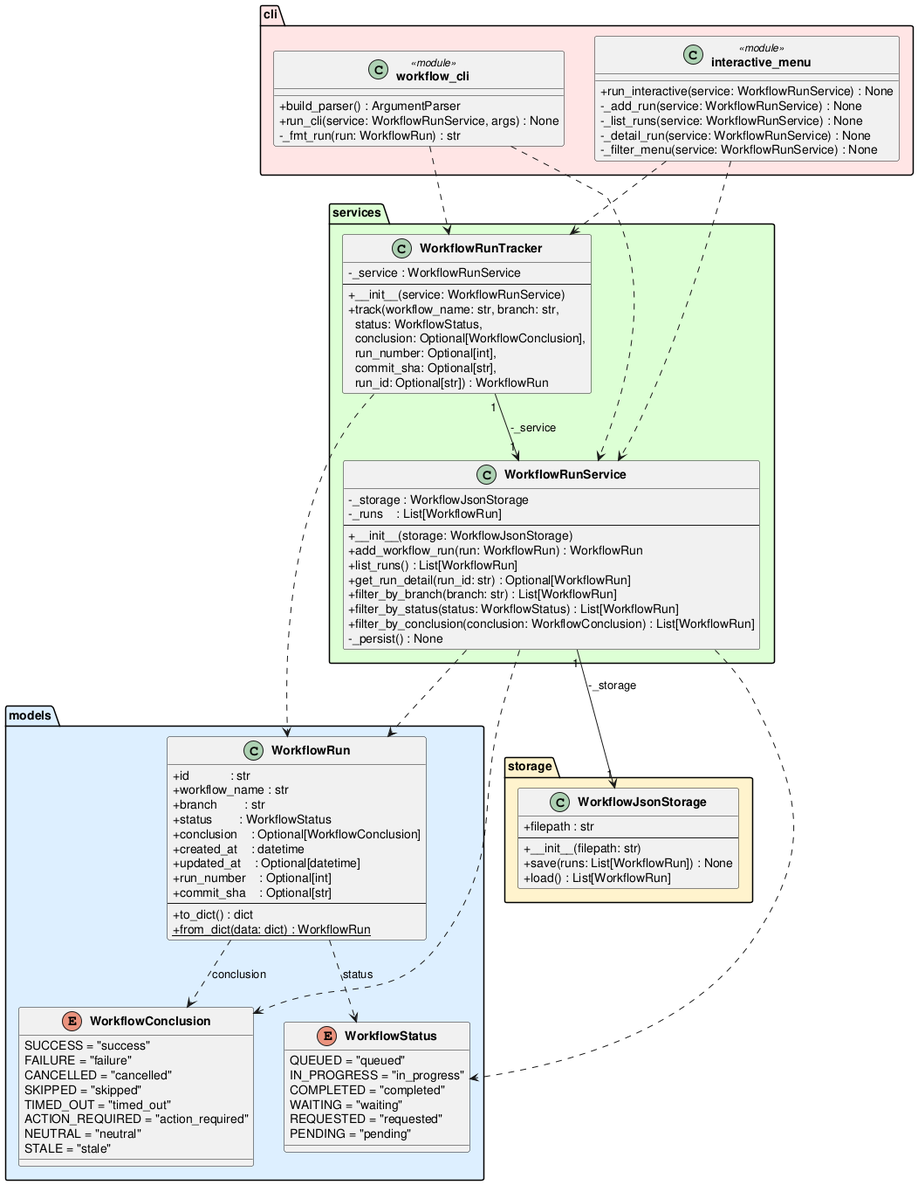
Above: experiments/broadcast/user_stories/github-workflow-manager/artifacts/class_diagram.png in DanielRiha8906/Software_autoevolution_using_agents (PlantUML), before the change.
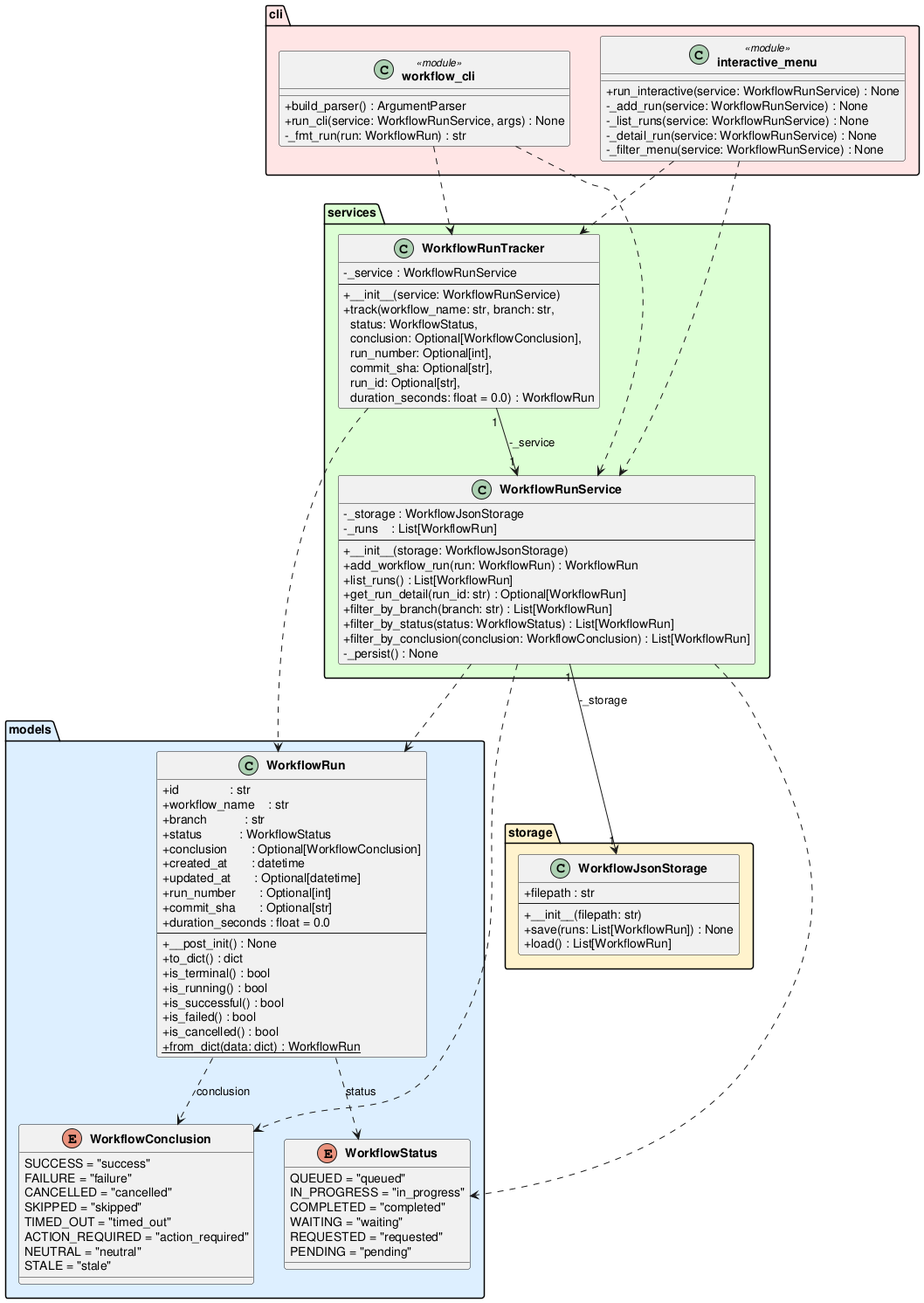
Later version of the same file.

Diff of the diagram source:
```diff
@@ -25,17 +25,24 @@
     }
 
     class WorkflowRun {
-        +id            : str
-        +workflow_name : str
-        +branch        : str
-        +status        : WorkflowStatus
-        +conclusion    : Optional[WorkflowConclusion]
-        +created_at    : datetime
-        +updated_at    : Optional[datetime]
-        +run_number    : Optional[int]
-        +commit_sha    : Optional[str]
+        +id               : str
+        +workflow_name    : str
+        +branch           : str
+        +status           : WorkflowStatus
+        +conclusion       : Optional[WorkflowConclusion]
+        +created_at       : datetime
+        +updated_at       : Optional[datetime]
+        +run_number       : Optional[int]
+        +commit_sha       : Optional[str]
+        +duration_seconds : float = 0.0
         --
+        +__post_init() : None
         +to_dict() : dict
+        +is_terminal() : bool
+        +is_running() : bool
+        +is_successful() : bool
+        +is_failed() : bool
+        +is_cancelled() : bool
         +{static} from_dict(data: dict) : WorkflowRun
     }
 }
@@ -69,7 +76,7 @@
         -_service : WorkflowRunService
         --
         +__init__(service: WorkflowRunService)
-        +track(workflow_name: str, branch: str,\n  status: WorkflowStatus,\n  conclusion: Optional[WorkflowConclusion],\n  run_number: Optional[int],\n  commit_sha: Optional[str],\n  run_id: Optional[str]) : WorkflowRun
+        +track(workflow_name: str, branch: str,\n  status: WorkflowStatus,\n  conclusion: Optional[WorkflowConclusion],\n  run_number: Optional[int],\n  commit_sha: Optional[str],\n  run_id: Optional[str],\n  duration_seconds: float = 0.0) : WorkflowRun
     }
 }
 
```
